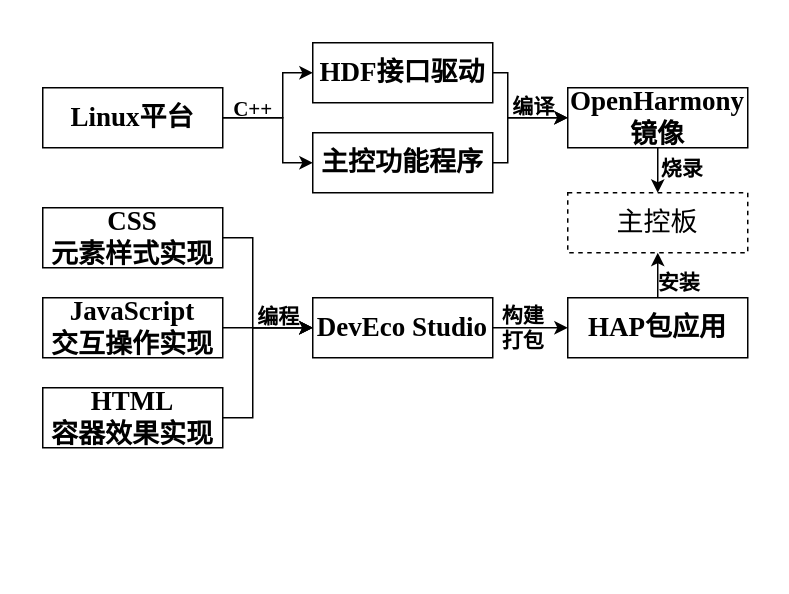
The draw.io diagram 7.OpenHarmony系统设计.drawio in GaoXiaoLon/DrawIO, before the edit. Source tidied: cells renumbered, new cells numbered last; positions are measured from the earlier drawing's top-left corner, leaving out a move shared by most shapes. Both pictures are drawn from the tidied source at 150%, with x=0, y=0 at pixel (42, 42).
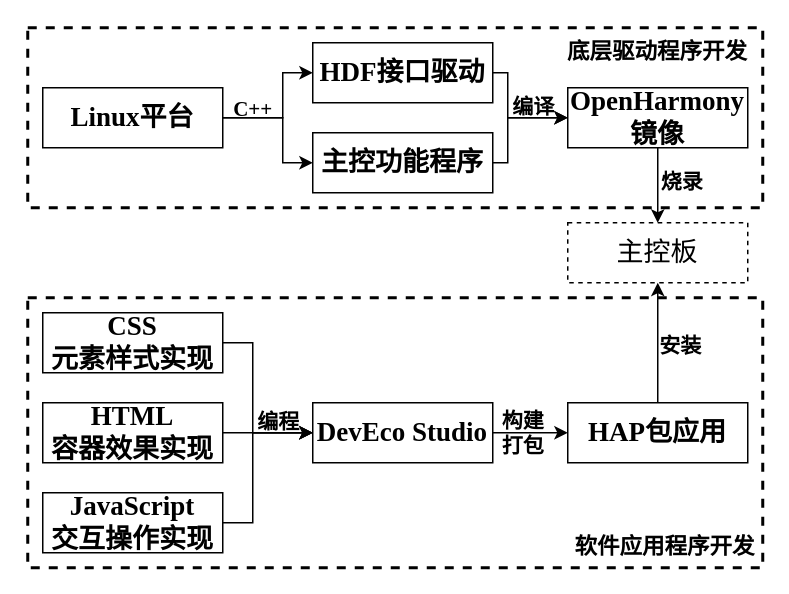
The same page after the edit.

Commit message:
更新7.OpenHarmony系统设计.drawio

The change refers to these unchanged cells:
```xml
<mxCell id="7" style="edgeStyle=orthogonalEdgeStyle;rounded=0;jettySize=auto;html=1;exitX=0.5;exitY=0;exitDx=0;exitDy=0;entryX=0.5;entryY=1;entryDx=0;entryDy=0;" parent="1" edge="1" source="9" target="27">
  <mxGeometry relative="1" as="geometry" />
</mxCell>
```

Change to the diagram source:
```diff
@@
+    <mxCell id="28" style="rounded=0;whiteSpace=wrap;html=1;fillColor=none;dashed=1;strokeWidth=2;" parent="1" vertex="1">
+      <mxGeometry x="-10" y="170" width="490" height="180" as="geometry" />
+    </mxCell>
@@
     <mxCell id="8" value="安装" style="edgeLabel;html=1;align=center;verticalAlign=middle;labelBackgroundColor=none;fontFamily=宋体;fontStyle=1;fontSize=14;" parent="7" vertex="1">
       <mxGeometry x="-0.26" relative="1" as="geometry">
-        <mxPoint x="13" as="offset" />
+        <mxPoint x="14" y="-9" as="offset" />
       </mxGeometry>
     </mxCell>
     <mxCell id="9" value="&lt;font face=&quot;Times New Roman&quot; style=&quot;font-size: 18px;&quot;&gt;HAP&lt;/font&gt;&lt;font face=&quot;宋体&quot; style=&quot;font-size: 18px;&quot;&gt;包应用&lt;/font&gt;" style="rounded=0;whiteSpace=wrap;html=1;fontStyle=1;fontSize=18;labelBackgroundColor=none;fillColor=none;" parent="1" vertex="1">
-      <mxGeometry x="350" y="170" width="120" height="40" as="geometry" />
+      <mxGeometry x="350" y="240" width="120" height="40" as="geometry" />
     </mxCell>
-    <mxCell id="10" style="edgeStyle=orthogonalEdgeStyle;rounded=0;jettySize=auto;html=1;exitX=1;exitY=0.5;exitDx=0;exitDy=0;entryX=0;entryY=0.5;entryDx=0;entryDy=0;labelBackgroundColor=none;" parent="1" edge="1" source="11" target="23">
-      <mxGeometry relative="1" as="geometry" />
-    </mxCell>
-    <mxCell id="11" value="JavaScript&lt;div style=&quot;font-size: 18px;&quot;&gt;&lt;font face=&quot;宋体&quot; style=&quot;font-size: 18px;&quot;&gt;交互操作实现&lt;/font&gt;&lt;/div&gt;" style="rounded=0;whiteSpace=wrap;html=1;fontFamily=Times New Roman;fontStyle=1;fontSize=18;labelBackgroundColor=none;fillColor=none;" parent="1" vertex="1">
-      <mxGeometry y="170" width="120" height="40" as="geometry" />
-    </mxCell>
     <mxCell id="12" style="edgeStyle=orthogonalEdgeStyle;rounded=0;jettySize=auto;html=1;exitX=1;exitY=0.5;exitDx=0;exitDy=0;entryX=0;entryY=0.5;entryDx=0;entryDy=0;labelBackgroundColor=none;" parent="1" edge="1" source="13" target="23">
       <mxGeometry relative="1" as="geometry">
         <Array as="points">
-          <mxPoint x="140" y="130" />
-          <mxPoint x="140" y="190" />
+          <mxPoint x="140" y="200" />
+          <mxPoint x="140" y="260" />
         </Array>
       </mxGeometry>
     </mxCell>
     <mxCell id="13" value="CSS&lt;div style=&quot;font-size: 18px;&quot;&gt;&lt;font face=&quot;宋体&quot; style=&quot;font-size: 18px;&quot;&gt;元素样式实现&lt;/font&gt;&lt;/div&gt;" style="rounded=0;whiteSpace=wrap;html=1;fontFamily=Times New Roman;fontStyle=1;fontSize=18;labelBackgroundColor=none;fillColor=none;" parent="1" vertex="1">
-      <mxGeometry y="110" width="120" height="40" as="geometry" />
+      <mxGeometry y="180" width="120" height="40" as="geometry" />
     </mxCell>
-    <mxCell id="14" style="edgeStyle=orthogonalEdgeStyle;rounded=0;jettySize=auto;html=1;exitX=1;exitY=0.5;exitDx=0;exitDy=0;entryX=0;entryY=0.5;entryDx=0;entryDy=0;labelBackgroundColor=none;" parent="1" edge="1" source="16" target="23">
+    <mxCell id="14" style="edgeStyle=orthogonalEdgeStyle;rounded=0;jettySize=auto;html=1;entryX=0;entryY=0.5;entryDx=0;entryDy=0;labelBackgroundColor=none;exitX=1;exitY=0.5;exitDx=0;exitDy=0;" parent="1" edge="1" source="11" target="23">
       <mxGeometry relative="1" as="geometry">
         <Array as="points">
-          <mxPoint x="140" y="250" />
-          <mxPoint x="140" y="190" />
+          <mxPoint x="140" y="320" />
+          <mxPoint x="140" y="260" />
         </Array>
       </mxGeometry>
     </mxCell>
@@
-    <mxCell id="16" value="HTML&lt;div style=&quot;font-size: 18px;&quot;&gt;&lt;font face=&quot;宋体&quot; style=&quot;font-size: 18px;&quot;&gt;容器效果实现&lt;/font&gt;&lt;/div&gt;" style="rounded=0;whiteSpace=wrap;html=1;fontFamily=Times New Roman;fontStyle=1;fontSize=18;labelBackgroundColor=none;fillColor=none;" parent="1" vertex="1">
-      <mxGeometry y="230" width="120" height="40" as="geometry" />
-    </mxCell>
@@
     <mxCell id="23" value="&lt;font face=&quot;Times New Roman&quot; style=&quot;font-size: 18px;&quot;&gt;DevEco Studio&lt;/font&gt;" style="rounded=0;whiteSpace=wrap;html=1;fontStyle=1;fontSize=18;labelBackgroundColor=none;fillColor=none;" parent="1" vertex="1">
-      <mxGeometry x="180" y="170" width="120" height="40" as="geometry" />
+      <mxGeometry x="180" y="240" width="120" height="40" as="geometry" />
     </mxCell>
@@
     <mxCell id="27" value="&lt;span style=&quot;font-family: 宋体; font-size: 18px;&quot;&gt;主控板&lt;/span&gt;" style="rounded=0;whiteSpace=wrap;html=1;labelBackgroundColor=none;fillColor=none;dashed=1;" parent="1" vertex="1">
-      <mxGeometry x="350" y="100" width="120" height="40" as="geometry" />
+      <mxGeometry x="350" y="120" width="120" height="40" as="geometry" />
     </mxCell>
+    <mxCell id="29" style="rounded=0;whiteSpace=wrap;html=1;fillColor=none;dashed=1;strokeWidth=2;" parent="1" vertex="1">
+      <mxGeometry x="-10" y="-10" width="490" height="120" as="geometry" />
+    </mxCell>
+    <mxCell id="30" value="&lt;b&gt;&lt;font style=&quot;font-size: 15px;&quot; face=&quot;宋体&quot;&gt;底层驱动程序开发&lt;/font&gt;&lt;/b&gt;" style="text;html=1;align=center;verticalAlign=middle;whiteSpace=wrap;rounded=0;" parent="1" vertex="1">
+      <mxGeometry x="340" y="-10" width="140" height="30" as="geometry" />
+    </mxCell>
+    <mxCell id="31" value="&lt;b&gt;&lt;font style=&quot;font-size: 15px;&quot; face=&quot;宋体&quot;&gt;软件应用程序开发&lt;/font&gt;&lt;/b&gt;" style="text;html=1;align=center;verticalAlign=middle;whiteSpace=wrap;rounded=0;" parent="1" vertex="1">
+      <mxGeometry x="350" y="320" width="130" height="30" as="geometry" />
+    </mxCell>
+    <mxCell id="32" style="edgeStyle=orthogonalEdgeStyle;rounded=0;jettySize=auto;html=1;exitX=1;exitY=0.5;exitDx=0;exitDy=0;entryX=0;entryY=0.5;entryDx=0;entryDy=0;" parent="1" edge="1" source="16" target="23">
+      <mxGeometry relative="1" as="geometry" />
+    </mxCell>
+    <mxCell id="16" value="HTML&lt;div style=&quot;font-size: 18px;&quot;&gt;&lt;font face=&quot;宋体&quot; style=&quot;font-size: 18px;&quot;&gt;容器效果实现&lt;/font&gt;&lt;/div&gt;" style="rounded=0;whiteSpace=wrap;html=1;fontFamily=Times New Roman;fontStyle=1;fontSize=18;labelBackgroundColor=none;fillColor=none;" parent="1" vertex="1">
+      <mxGeometry y="240" width="120" height="40" as="geometry" />
+    </mxCell>
+    <mxCell id="11" value="JavaScript&lt;div style=&quot;font-size: 18px;&quot;&gt;&lt;font face=&quot;宋体&quot; style=&quot;font-size: 18px;&quot;&gt;交互操作实现&lt;/font&gt;&lt;/div&gt;" style="rounded=0;whiteSpace=wrap;html=1;fontFamily=Times New Roman;fontStyle=1;fontSize=18;labelBackgroundColor=none;fillColor=none;" parent="1" vertex="1">
+      <mxGeometry y="300" width="120" height="40" as="geometry" />
+    </mxCell>
```
